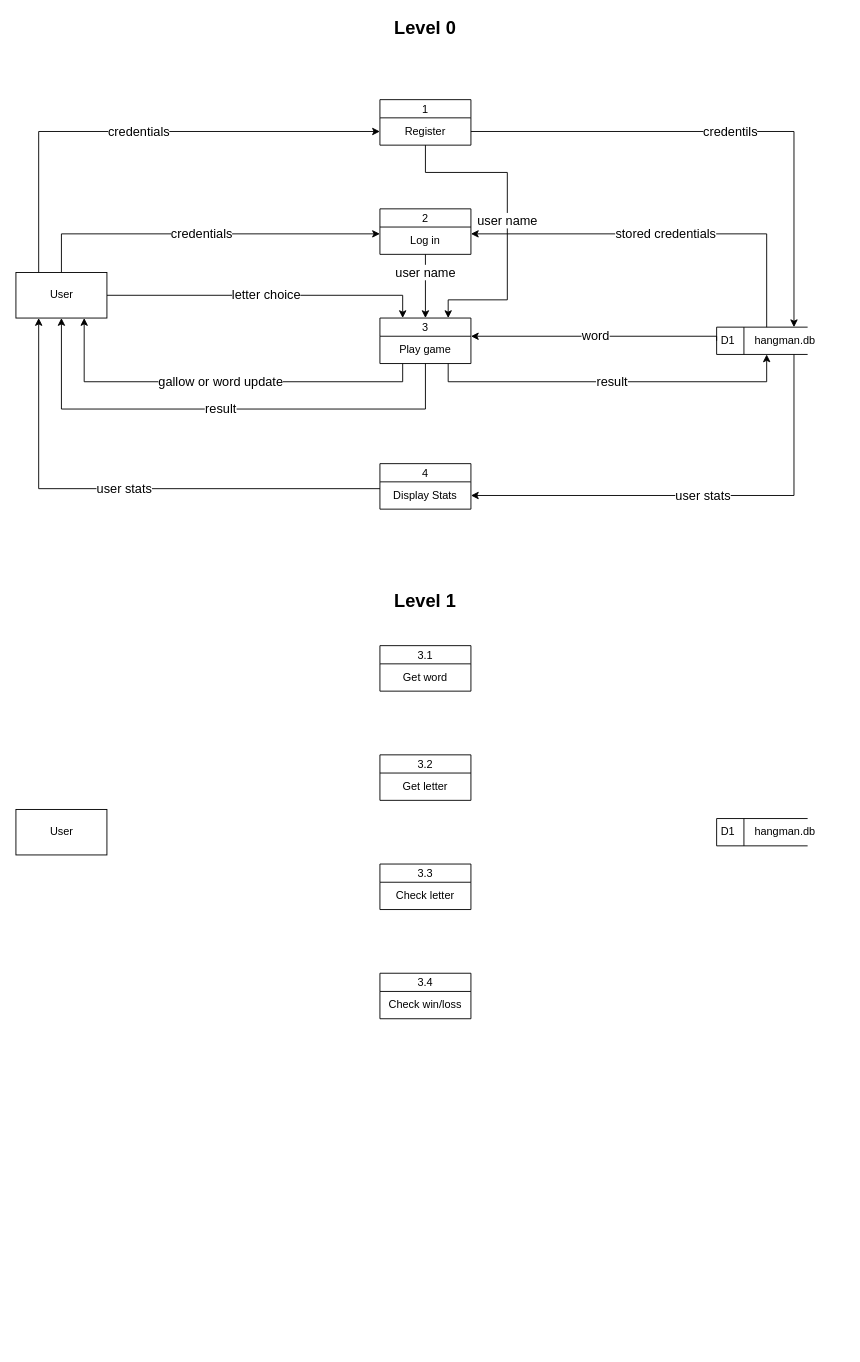
Earlier version of the draw.io diagram page "DFD" (4 of 5) of scenario/scenario_unit_2.drawio (DamoM73/digital-solutions-text). Source tidied: cells renumbered, new cells numbered last; positions are measured from the earlier drawing's top-left corner, leaving out a move shared by most shapes. Both pictures are drawn from the tidied source at 91%, with x=0, y=0 at pixel (15, 17).
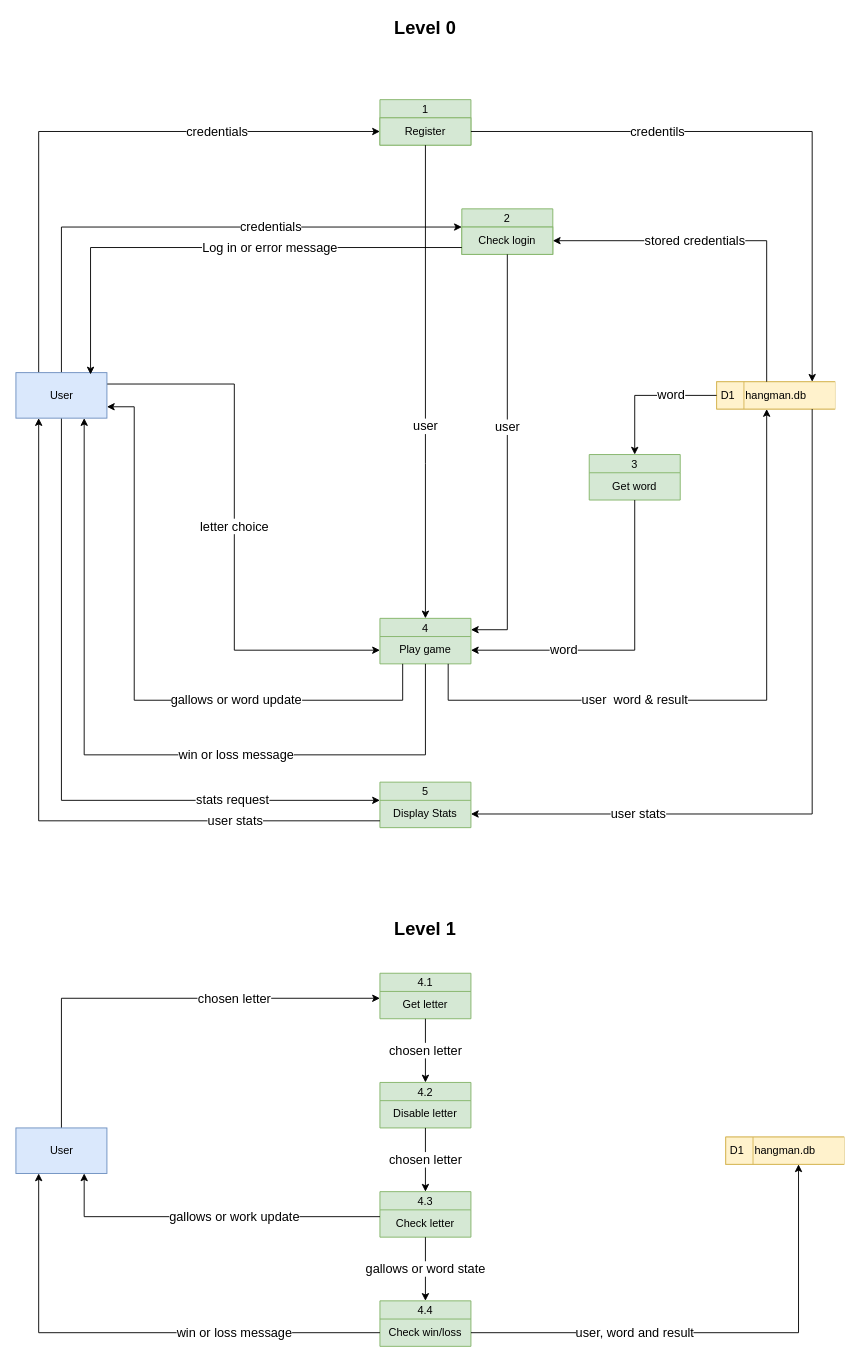
The same diagram, later.

The change refers to these unchanged cells:
```xml
<mxCell id="14" value="Display Stats" style="text;html=1;strokeColor=none;fillColor=none;align=center;verticalAlign=middle;whiteSpace=wrap;rounded=0;" parent="13" vertex="1">
  <mxGeometry y="20" width="100" height="30" as="geometry" />
</mxCell>
<mxCell id="16" value="Get word" style="text;html=1;strokeColor=none;fillColor=none;align=center;verticalAlign=middle;whiteSpace=wrap;rounded=0;" parent="15" vertex="1">
  <mxGeometry y="20" width="100" height="30" as="geometry" />
</mxCell>
<mxCell id="18" value="Get letter" style="text;html=1;strokeColor=none;fillColor=none;align=center;verticalAlign=middle;whiteSpace=wrap;rounded=0;" parent="17" vertex="1">
  <mxGeometry y="20" width="100" height="30" as="geometry" />
</mxCell>
<mxCell id="22" value="Check win/loss" style="text;html=1;strokeColor=none;fillColor=none;align=center;verticalAlign=middle;whiteSpace=wrap;rounded=0;" parent="21" vertex="1">
  <mxGeometry y="20" width="100" height="30" as="geometry" />
</mxCell>
<mxCell id="24" value="Play game" style="text;html=1;strokeColor=none;fillColor=none;align=center;verticalAlign=middle;whiteSpace=wrap;rounded=0;" parent="23" vertex="1">
  <mxGeometry y="20" width="100" height="30" as="geometry" />
</mxCell>
```

Diff of the diagram source:
```diff
@@
-    <mxCell id="2" value="credentials" style="edgeStyle=orthogonalEdgeStyle;rounded=0;jettySize=auto;html=1;exitX=0.5;exitY=0;exitDx=0;exitDy=0;entryX=0;entryY=0.25;entryDx=0;entryDy=0;fontSize=14;" parent="1" edge="1" source="5" target="10">
-      <mxGeometry relative="1" as="geometry" />
+    <mxCell id="2" value="credentials" style="edgeStyle=orthogonalEdgeStyle;rounded=0;jettySize=auto;html=1;exitX=0.5;exitY=0;exitDx=0;exitDy=0;entryX=0;entryY=0;entryDx=0;entryDy=0;fontSize=14;" parent="1" edge="1" source="5" target="10">
+      <mxGeometry x="0.3" relative="1" as="geometry">
+        <Array as="points">
+          <mxPoint x="50" y="230" />
+        </Array>
+      </mxGeometry>
     </mxCell>
     <mxCell id="3" value="credentials" style="edgeStyle=orthogonalEdgeStyle;rounded=0;jettySize=auto;html=1;exitX=0.25;exitY=0;exitDx=0;exitDy=0;entryX=0;entryY=0.5;entryDx=0;entryDy=0;fontSize=14;" parent="1" edge="1" source="5" target="12">
-      <mxGeometry relative="1" as="geometry" />
+      <mxGeometry x="0.44" relative="1" as="geometry" />
     </mxCell>
-    <mxCell id="4" value="letter choice" style="edgeStyle=orthogonalEdgeStyle;rounded=0;jettySize=auto;html=1;exitX=1;exitY=0.5;exitDx=0;exitDy=0;entryX=0.25;entryY=0;entryDx=0;entryDy=0;fontSize=14;" parent="1" edge="1" source="5" target="23">
-      <mxGeometry relative="1" as="geometry" />
+    <mxCell id="4" value="letter choice" style="edgeStyle=orthogonalEdgeStyle;rounded=0;jettySize=auto;html=1;exitX=1;exitY=0.25;exitDx=0;exitDy=0;entryX=0;entryY=0.5;entryDx=0;entryDy=0;fontSize=14;" parent="1" edge="1" source="5" target="24">
+      <mxGeometry relative="1" as="geometry">
+        <Array as="points">
+          <mxPoint x="240" y="403" />
+          <mxPoint x="240" y="695" />
+        </Array>
+      </mxGeometry>
     </mxCell>
+    <mxCell id="41" value="stats request" style="edgeStyle=orthogonalEdgeStyle;rounded=0;jettySize=auto;html=1;exitX=0.5;exitY=1;exitDx=0;exitDy=0;entryX=0;entryY=0;entryDx=0;entryDy=0;fontSize=14;endArrow=classic;endFill=1;" parent="1" edge="1" source="5" target="14">
+      <mxGeometry x="0.58" relative="1" as="geometry">
+        <Array as="points">
+          <mxPoint x="50" y="860" />
+        </Array>
+      </mxGeometry>
+    </mxCell>
-    <mxCell id="5" value="User" style="html=1;dashed=0;whitespace=wrap;" parent="1" vertex="1">
-      <mxGeometry y="280" width="100" height="50" as="geometry" />
+    <mxCell id="5" value="User" style="html=1;dashed=0;whitespace=wrap;fillColor=#dae8fc;strokeColor=#6c8ebf;" parent="1" vertex="1">
+      <mxGeometry y="390" width="100" height="50" as="geometry" />
     </mxCell>
-    <mxCell id="6" style="group;align=left;" parent="1" vertex="1">
-      <mxGeometry x="770" y="340" width="100" height="30" as="geometry" />
+    <mxCell id="6" style="group;align=left;fillColor=#fff2cc;strokeColor=#d6b656;" parent="1" vertex="1">
+      <mxGeometry x="770" y="400" width="130" height="30" as="geometry" />
     </mxCell>
-    <mxCell id="7" value="D1" style="html=1;dashed=0;whitespace=wrap;shape=mxgraph.dfd.dataStoreID;align=left;spacingLeft=3;points=[[0,0],[0.5,0],[1,0],[0,0.5],[1,0.5],[0,1],[0.5,1],[1,1]];" parent="6" vertex="1">
-      <mxGeometry width="100" height="30" as="geometry" />
+    <mxCell id="7" value="D1" style="html=1;dashed=0;whitespace=wrap;shape=mxgraph.dfd.dataStoreID;align=left;spacingLeft=3;points=[[0,0],[0.5,0],[1,0],[0,0.5],[1,0.5],[0,1],[0.5,1],[1,1]];fillColor=#fff2cc;strokeColor=#d6b656;" parent="6" vertex="1">
+      <mxGeometry width="130" height="30" as="geometry" />
     </mxCell>
     <mxCell id="8" value="hangman.db" style="text;html=1;strokeColor=none;fillColor=none;align=left;verticalAlign=middle;whiteSpace=wrap;rounded=0;" parent="6" vertex="1">
-      <mxGeometry x="40" width="60" height="30" as="geometry" />
+      <mxGeometry x="30" width="100" height="30" as="geometry" />
     </mxCell>
-    <mxCell id="9" value="2" style="swimlane;fontStyle=0;horizontal=1;startSize=20;fillColor=#ffffff;swimlaneFillColor=#ffffff;" parent="1" vertex="1">
-      <mxGeometry x="400" y="210" width="100" height="50" as="geometry" />
+    <mxCell id="9" value="2" style="swimlane;fontStyle=0;horizontal=1;startSize=20;fillColor=#d5e8d4;swimlaneFillColor=#ffffff;strokeColor=#82b366;" parent="1" vertex="1">
+      <mxGeometry x="490" y="210" width="100" height="50" as="geometry" />
     </mxCell>
-    <mxCell id="10" value="Log in" style="text;html=1;strokeColor=none;fillColor=none;align=center;verticalAlign=middle;whiteSpace=wrap;rounded=0;" parent="9" vertex="1">
+    <mxCell id="10" value="Check login" style="text;html=1;strokeColor=#82b366;fillColor=#d5e8d4;align=center;verticalAlign=middle;whiteSpace=wrap;rounded=0;" parent="9" vertex="1">
       <mxGeometry y="20" width="100" height="30" as="geometry" />
     </mxCell>
-    <mxCell id="11" value="1" style="swimlane;fontStyle=0;horizontal=1;startSize=20;fillColor=#ffffff;swimlaneFillColor=#ffffff;" parent="1" vertex="1">
+    <mxCell id="11" value="1" style="swimlane;fontStyle=0;horizontal=1;startSize=20;fillColor=#d5e8d4;swimlaneFillColor=#ffffff;strokeColor=#82b366;" parent="1" vertex="1">
       <mxGeometry x="400" y="90" width="100" height="50" as="geometry" />
     </mxCell>
-    <mxCell id="12" value="Register" style="text;html=1;strokeColor=none;fillColor=none;align=center;verticalAlign=middle;whiteSpace=wrap;rounded=0;" parent="11" vertex="1">
+    <mxCell id="12" value="Register" style="text;html=1;strokeColor=#82b366;fillColor=#d5e8d4;align=center;verticalAlign=middle;whiteSpace=wrap;rounded=0;" parent="11" vertex="1">
       <mxGeometry y="20" width="100" height="30" as="geometry" />
     </mxCell>
-    <mxCell id="13" value="4" style="swimlane;fontStyle=0;horizontal=1;startSize=20;fillColor=#ffffff;swimlaneFillColor=#ffffff;" parent="1" vertex="1">
-      <mxGeometry x="400" y="490" width="100" height="50" as="geometry" />
+    <mxCell id="13" value="5" style="swimlane;fontStyle=0;horizontal=1;startSize=20;fillColor=#d5e8d4;swimlaneFillColor=#D5E8D4;strokeColor=#82b366;" parent="1" vertex="1">
+      <mxGeometry x="400" y="840" width="100" height="50" as="geometry" />
     </mxCell>
@@
-    <mxCell id="15" value="3.1" style="swimlane;fontStyle=0;horizontal=1;startSize=20;fillColor=#ffffff;swimlaneFillColor=#ffffff;" parent="1" vertex="1">
-      <mxGeometry x="400" y="690" width="100" height="50" as="geometry" />
+    <mxCell id="15" value="3" style="swimlane;fontStyle=0;horizontal=1;startSize=20;fillColor=#d5e8d4;swimlaneFillColor=#D5E8D4;strokeColor=#82b366;" parent="1" vertex="1">
+      <mxGeometry x="630" y="480" width="100" height="50" as="geometry" />
     </mxCell>
@@
-    <mxCell id="17" value="3.2" style="swimlane;fontStyle=0;horizontal=1;startSize=20;fillColor=#ffffff;swimlaneFillColor=#ffffff;" parent="1" vertex="1">
-      <mxGeometry x="400" y="810" width="100" height="50" as="geometry" />
+    <mxCell id="17" value="4.1" style="swimlane;fontStyle=0;horizontal=1;startSize=20;fillColor=#d5e8d4;swimlaneFillColor=#D5E8D4;strokeColor=#82b366;" parent="1" vertex="1">
+      <mxGeometry x="400" y="1050" width="100" height="50" as="geometry" />
     </mxCell>
@@
-    <mxCell id="19" value="3.3" style="swimlane;fontStyle=0;horizontal=1;startSize=20;fillColor=#ffffff;swimlaneFillColor=#ffffff;" parent="1" vertex="1">
-      <mxGeometry x="400" y="930" width="100" height="50" as="geometry" />
+    <mxCell id="19" value="4.2" style="swimlane;fontStyle=0;horizontal=1;startSize=20;fillColor=#d5e8d4;swimlaneFillColor=#D5E8D4;strokeColor=#82b366;" parent="1" vertex="1">
+      <mxGeometry x="400" y="1170" width="100" height="50" as="geometry" />
     </mxCell>
-    <mxCell id="20" value="Check letter" style="text;html=1;strokeColor=none;fillColor=none;align=center;verticalAlign=middle;whiteSpace=wrap;rounded=0;" parent="19" vertex="1">
+    <mxCell id="20" value="Disable letter" style="text;html=1;strokeColor=none;fillColor=none;align=center;verticalAlign=middle;whiteSpace=wrap;rounded=0;" parent="19" vertex="1">
       <mxGeometry y="20" width="100" height="30" as="geometry" />
     </mxCell>
-    <mxCell id="21" value="3.4" style="swimlane;fontStyle=0;horizontal=1;startSize=20;fillColor=#ffffff;swimlaneFillColor=#ffffff;" parent="1" vertex="1">
-      <mxGeometry x="400" y="1050" width="100" height="50" as="geometry" />
+    <mxCell id="21" value="4.4" style="swimlane;fontStyle=0;horizontal=1;startSize=20;fillColor=#d5e8d4;swimlaneFillColor=#D5E8D4;strokeColor=#82b366;" parent="1" vertex="1">
+      <mxGeometry x="400" y="1410" width="100" height="50" as="geometry" />
     </mxCell>
@@
-    <mxCell id="23" value="3" style="swimlane;fontStyle=0;horizontal=1;startSize=20;fillColor=#ffffff;swimlaneFillColor=#ffffff;" parent="1" vertex="1">
-      <mxGeometry x="400" y="330" width="100" height="50" as="geometry" />
+    <mxCell id="23" value="4" style="swimlane;fontStyle=0;horizontal=1;startSize=20;fillColor=#d5e8d4;swimlaneFillColor=#D5E8D4;strokeColor=#82b366;" parent="1" vertex="1">
+      <mxGeometry x="400" y="660" width="100" height="50" as="geometry" />
     </mxCell>
@@
-    <mxCell id="26" value="stored credentials" style="edgeStyle=orthogonalEdgeStyle;rounded=0;jettySize=auto;html=1;exitX=0.25;exitY=0;exitDx=0;exitDy=0;entryX=1;entryY=0.25;entryDx=0;entryDy=0;fontSize=14;" parent="1" edge="1" source="8" target="10">
-      <mxGeometry relative="1" as="geometry" />
+    <mxCell id="26" value="stored credentials" style="edgeStyle=orthogonalEdgeStyle;rounded=0;jettySize=auto;html=1;exitX=0.25;exitY=0;exitDx=0;exitDy=0;entryX=1;entryY=0.5;entryDx=0;entryDy=0;fontSize=14;" parent="1" edge="1" source="8" target="10">
+      <mxGeometry x="0.2" relative="1" as="geometry" />
     </mxCell>
     <mxCell id="27" value="credentils" style="edgeStyle=orthogonalEdgeStyle;rounded=0;jettySize=auto;html=1;exitX=1;exitY=0.5;exitDx=0;exitDy=0;entryX=0.75;entryY=0;entryDx=0;entryDy=0;fontSize=14;" parent="1" edge="1" source="12" target="8">
-      <mxGeometry relative="1" as="geometry" />
+      <mxGeometry x="-0.37" relative="1" as="geometry" />
     </mxCell>
-    <mxCell id="28" value="word" style="edgeStyle=orthogonalEdgeStyle;rounded=0;jettySize=auto;html=1;exitX=0;exitY=0.5;exitDx=0;exitDy=0;entryX=1;entryY=0;entryDx=0;entryDy=0;fontSize=14;" parent="1" edge="1" source="7" target="24">
-      <mxGeometry relative="1" as="geometry">
-        <Array as="points">
-          <mxPoint x="770" y="350" />
-        </Array>
-      </mxGeometry>
-    </mxCell>
-    <mxCell id="29" value="gallow or word update" style="edgeStyle=orthogonalEdgeStyle;rounded=0;jettySize=auto;html=1;exitX=0.25;exitY=1;exitDx=0;exitDy=0;entryX=0.75;entryY=1;entryDx=0;entryDy=0;fontSize=14;" parent="1" edge="1" source="24" target="5">
-      <mxGeometry relative="1" as="geometry" />
+    <mxCell id="29" value="gallows or word update" style="edgeStyle=orthogonalEdgeStyle;rounded=0;jettySize=auto;html=1;exitX=0.25;exitY=1;exitDx=0;exitDy=0;entryX=1;entryY=0.75;entryDx=0;entryDy=0;fontSize=14;" parent="1" edge="1" source="24" target="5">
+      <mxGeometry x="-0.35" relative="1" as="geometry">
+        <Array as="points">
+          <mxPoint x="425" y="750" />
+          <mxPoint x="130" y="750" />
+          <mxPoint x="130" y="428" />
+        </Array>
+      </mxGeometry>
     </mxCell>
-    <mxCell id="30" value="result" style="edgeStyle=orthogonalEdgeStyle;rounded=0;jettySize=auto;html=1;exitX=0.75;exitY=1;exitDx=0;exitDy=0;entryX=0.25;entryY=1;entryDx=0;entryDy=0;fontSize=14;" parent="1" edge="1" source="24" target="8">
-      <mxGeometry relative="1" as="geometry" />
+    <mxCell id="30" value="user&amp;nbsp; word &amp;amp; result" style="edgeStyle=orthogonalEdgeStyle;rounded=0;jettySize=auto;html=1;exitX=0.75;exitY=1;exitDx=0;exitDy=0;entryX=0.25;entryY=1;entryDx=0;entryDy=0;fontSize=14;" parent="1" edge="1" source="24" target="8">
+      <mxGeometry x="-0.31" relative="1" as="geometry">
+        <Array as="points">
+          <mxPoint x="475" y="750" />
+          <mxPoint x="825" y="750" />
+        </Array>
+      </mxGeometry>
     </mxCell>
-    <mxCell id="31" value="result" style="edgeStyle=orthogonalEdgeStyle;rounded=0;jettySize=auto;html=1;exitX=0.5;exitY=1;exitDx=0;exitDy=0;entryX=0.5;entryY=1;entryDx=0;entryDy=0;fontSize=14;" parent="1" edge="1" source="24" target="5">
-      <mxGeometry relative="1" as="geometry">
+    <mxCell id="31" value="win or loss message" style="edgeStyle=orthogonalEdgeStyle;rounded=0;jettySize=auto;html=1;exitX=0.5;exitY=1;exitDx=0;exitDy=0;entryX=0.75;entryY=1;entryDx=0;entryDy=0;fontSize=14;" parent="1" edge="1" source="24" target="5">
+      <mxGeometry x="-0.27" relative="1" as="geometry">
         <Array as="points">
-          <mxPoint x="450" y="430" />
-          <mxPoint x="50" y="430" />
+          <mxPoint x="450" y="810" />
+          <mxPoint x="75" y="810" />
         </Array>
       </mxGeometry>
     </mxCell>
     <mxCell id="32" value="user stats" style="edgeStyle=orthogonalEdgeStyle;rounded=0;jettySize=auto;html=1;exitX=0.75;exitY=1;exitDx=0;exitDy=0;entryX=1;entryY=0.5;entryDx=0;entryDy=0;fontSize=14;" parent="1" edge="1" source="8" target="14">
-      <mxGeometry relative="1" as="geometry" />
+      <mxGeometry x="0.55" relative="1" as="geometry" />
     </mxCell>
-    <mxCell id="33" value="user stats" style="edgeStyle=orthogonalEdgeStyle;rounded=0;jettySize=auto;html=1;exitX=0;exitY=0.25;exitDx=0;exitDy=0;entryX=0.25;entryY=1;entryDx=0;entryDy=0;fontSize=14;" parent="1" edge="1" source="14" target="5">
-      <mxGeometry relative="1" as="geometry" />
+    <mxCell id="33" value="user stats" style="edgeStyle=orthogonalEdgeStyle;rounded=0;jettySize=auto;html=1;exitX=0;exitY=0.75;exitDx=0;exitDy=0;entryX=0.25;entryY=1;entryDx=0;entryDy=0;fontSize=14;" parent="1" edge="1" source="14" target="5">
+      <mxGeometry x="-0.61" relative="1" as="geometry" />
     </mxCell>
     <mxCell id="34" value="Level 1" style="text;html=1;strokeColor=none;fillColor=none;align=center;verticalAlign=middle;whiteSpace=wrap;rounded=0;fontSize=20;fontStyle=1;" parent="1" vertex="1">
-      <mxGeometry x="410" y="630" width="80" height="20" as="geometry" />
+      <mxGeometry x="410" y="990" width="80" height="20" as="geometry" />
     </mxCell>
-    <mxCell id="35" style="group;align=left;" parent="1" vertex="1">
-      <mxGeometry x="770" y="880" width="100" height="30" as="geometry" />
-    </mxCell>
+    <mxCell id="42" value="chosen letter" style="edgeStyle=orthogonalEdgeStyle;rounded=0;jettySize=auto;html=1;exitX=0.5;exitY=0;exitDx=0;exitDy=0;entryX=0;entryY=0.25;entryDx=0;entryDy=0;fontSize=14;endArrow=classic;endFill=1;" parent="1" edge="1" source="38" target="18">
+      <mxGeometry x="0.35" relative="1" as="geometry" />
+    </mxCell>
+    <mxCell id="38" value="User" style="html=1;dashed=0;whitespace=wrap;fillColor=#dae8fc;strokeColor=#6c8ebf;" parent="1" vertex="1">
+      <mxGeometry y="1220" width="100" height="50" as="geometry" />
+    </mxCell>
+    <mxCell id="43" value="word" style="edgeStyle=orthogonalEdgeStyle;rounded=0;jettySize=auto;html=1;exitX=0;exitY=0.5;exitDx=0;exitDy=0;entryX=0.5;entryY=0;entryDx=0;entryDy=0;fontSize=14;" parent="1" edge="1" source="7" target="15">
+      <mxGeometry x="-0.35" relative="1" as="geometry" />
+    </mxCell>
+    <mxCell id="44" value="word" style="edgeStyle=orthogonalEdgeStyle;rounded=0;jettySize=auto;html=1;exitX=0.5;exitY=1;exitDx=0;exitDy=0;entryX=1;entryY=0.5;entryDx=0;entryDy=0;fontSize=14;" parent="1" edge="1" source="16" target="24">
+      <mxGeometry x="0.41" relative="1" as="geometry" />
+    </mxCell>
+    <mxCell id="45" value="chosen letter" style="edgeStyle=orthogonalEdgeStyle;rounded=0;jettySize=auto;html=1;exitX=0.5;exitY=1;exitDx=0;exitDy=0;entryX=0.5;entryY=0;entryDx=0;entryDy=0;fontSize=14;endArrow=classic;endFill=1;" parent="1" edge="1" source="18" target="19">
+      <mxGeometry relative="1" as="geometry" />
+    </mxCell>
+    <mxCell id="46" value="4.3" style="swimlane;fontStyle=0;horizontal=1;startSize=20;fillColor=#d5e8d4;swimlaneFillColor=#D5E8D4;strokeColor=#82b366;" parent="1" vertex="1">
+      <mxGeometry x="400" y="1290" width="100" height="50" as="geometry" />
+    </mxCell>
+    <mxCell id="47" value="Check letter" style="text;html=1;strokeColor=none;fillColor=none;align=center;verticalAlign=middle;whiteSpace=wrap;rounded=0;" parent="46" vertex="1">
+      <mxGeometry y="20" width="100" height="30" as="geometry" />
+    </mxCell>
+    <mxCell id="48" value="chosen letter" style="edgeStyle=orthogonalEdgeStyle;rounded=0;jettySize=auto;html=1;exitX=0.5;exitY=1;exitDx=0;exitDy=0;entryX=0.5;entryY=0;entryDx=0;entryDy=0;fontSize=14;endArrow=classic;endFill=1;" parent="1" edge="1" source="20" target="46">
+      <mxGeometry relative="1" as="geometry" />
+    </mxCell>
+    <mxCell id="49" value="gallows or work update" style="edgeStyle=orthogonalEdgeStyle;rounded=0;jettySize=auto;html=1;exitX=0;exitY=0.25;exitDx=0;exitDy=0;entryX=0.75;entryY=1;entryDx=0;entryDy=0;fontSize=14;endArrow=classic;endFill=1;" parent="1" edge="1" source="47" target="38">
+      <mxGeometry x="-0.14" relative="1" as="geometry" />
+    </mxCell>
+    <mxCell id="50" value="Log in or error message" style="edgeStyle=orthogonalEdgeStyle;rounded=0;jettySize=auto;html=1;exitX=0;exitY=0.75;exitDx=0;exitDy=0;entryX=0.82;entryY=0.04;entryDx=0;entryDy=0;entryPerimeter=0;fontSize=14;endArrow=classic;endFill=1;" parent="1" edge="1" source="10" target="5">
+      <mxGeometry x="-0.23" relative="1" as="geometry" />
+    </mxCell>
+    <mxCell id="40" value="user" style="edgeStyle=orthogonalEdgeStyle;rounded=0;jettySize=auto;html=1;exitX=0.5;exitY=1;exitDx=0;exitDy=0;entryX=0.5;entryY=0;entryDx=0;entryDy=0;fontSize=14;endArrow=classic;endFill=1;" parent="1" edge="1" source="12" target="23">
+      <mxGeometry x="0.19" relative="1" as="geometry">
+        <Array as="points">
+          <mxPoint x="450" y="490" />
+          <mxPoint x="450" y="490" />
+        </Array>
+      </mxGeometry>
+    </mxCell>
+    <mxCell id="39" value="user" style="edgeStyle=orthogonalEdgeStyle;rounded=0;jettySize=auto;html=1;exitX=0.5;exitY=1;exitDx=0;exitDy=0;entryX=1;entryY=0.25;entryDx=0;entryDy=0;fontSize=14;endArrow=classic;endFill=1;" parent="1" edge="1" source="10" target="23">
+      <mxGeometry x="-0.16" relative="1" as="geometry">
+        <Array as="points">
+          <mxPoint x="540" y="673" />
+        </Array>
+      </mxGeometry>
+    </mxCell>
+    <mxCell id="51" value="gallows or word state" style="edgeStyle=orthogonalEdgeStyle;rounded=0;jettySize=auto;html=1;exitX=0.5;exitY=1;exitDx=0;exitDy=0;entryX=0.5;entryY=0;entryDx=0;entryDy=0;fontSize=14;endArrow=classic;endFill=1;" parent="1" edge="1" source="47" target="21">
+      <mxGeometry relative="1" as="geometry" />
+    </mxCell>
+    <mxCell id="52" value="win or loss message" style="edgeStyle=orthogonalEdgeStyle;rounded=0;jettySize=auto;html=1;exitX=0;exitY=0.5;exitDx=0;exitDy=0;entryX=0.25;entryY=1;entryDx=0;entryDy=0;fontSize=14;endArrow=classic;endFill=1;" parent="1" edge="1" source="22" target="38">
+      <mxGeometry x="-0.42" relative="1" as="geometry" />
+    </mxCell>
+    <mxCell id="53" value="user, word and result" style="edgeStyle=orthogonalEdgeStyle;rounded=0;jettySize=auto;html=1;exitX=1;exitY=0.5;exitDx=0;exitDy=0;fontSize=14;endArrow=classic;endFill=1;entryX=0.5;entryY=1;entryDx=0;entryDy=0;" parent="1" edge="1" source="22" target="37">
+      <mxGeometry x="-0.34" relative="1" as="geometry" />
+    </mxCell>
+    <mxCell id="54" style="group;align=left;fillColor=#fff2cc;strokeColor=#d6b656;" parent="1" vertex="1">
+      <mxGeometry x="780" y="1230" width="130" height="30" as="geometry" />
+    </mxCell>
-    <mxCell id="36" value="D1" style="html=1;dashed=0;whitespace=wrap;shape=mxgraph.dfd.dataStoreID;align=left;spacingLeft=3;" parent="35" vertex="1">
-      <mxGeometry width="100" height="30" as="geometry" />
+    <mxCell id="36" value="D1" style="html=1;dashed=0;whitespace=wrap;shape=mxgraph.dfd.dataStoreID;align=left;spacingLeft=3;fillColor=#fff2cc;strokeColor=#d6b656;" parent="54" vertex="1">
+      <mxGeometry width="130" height="30" as="geometry" />
     </mxCell>
-    <mxCell id="37" value="hangman.db" style="text;html=1;strokeColor=none;fillColor=none;align=left;verticalAlign=middle;whiteSpace=wrap;rounded=0;" parent="35" vertex="1">
-      <mxGeometry x="40" width="60" height="30" as="geometry" />
+    <mxCell id="37" value="hangman.db" style="text;html=1;strokeColor=none;fillColor=none;align=left;verticalAlign=middle;whiteSpace=wrap;rounded=0;" parent="54" vertex="1">
+      <mxGeometry x="30" width="100" height="30" as="geometry" />
     </mxCell>
-    <mxCell id="38" value="User" style="html=1;dashed=0;whitespace=wrap;" parent="1" vertex="1">
-      <mxGeometry y="870" width="100" height="50" as="geometry" />
-    </mxCell>
-    <mxCell id="39" value="user name" style="edgeStyle=orthogonalEdgeStyle;rounded=0;jettySize=auto;html=1;exitX=0.5;exitY=1;exitDx=0;exitDy=0;entryX=0.5;entryY=0;entryDx=0;entryDy=0;fontSize=14;" parent="1" edge="1" source="10" target="23">
-      <mxGeometry x="-0.43" relative="1" as="geometry" />
-    </mxCell>
-    <mxCell id="40" value="user name" style="edgeStyle=orthogonalEdgeStyle;rounded=0;jettySize=auto;html=1;exitX=0.5;exitY=1;exitDx=0;exitDy=0;fontSize=14;entryX=0.75;entryY=0;entryDx=0;entryDy=0;" parent="1" edge="1" source="12" target="23">
-      <mxGeometry relative="1" as="geometry">
-        <Array as="points">
-          <mxPoint x="450" y="170" />
-          <mxPoint x="540" y="170" />
-          <mxPoint x="540" y="310" />
-          <mxPoint x="475" y="310" />
-        </Array>
-      </mxGeometry>
-    </mxCell>
```
